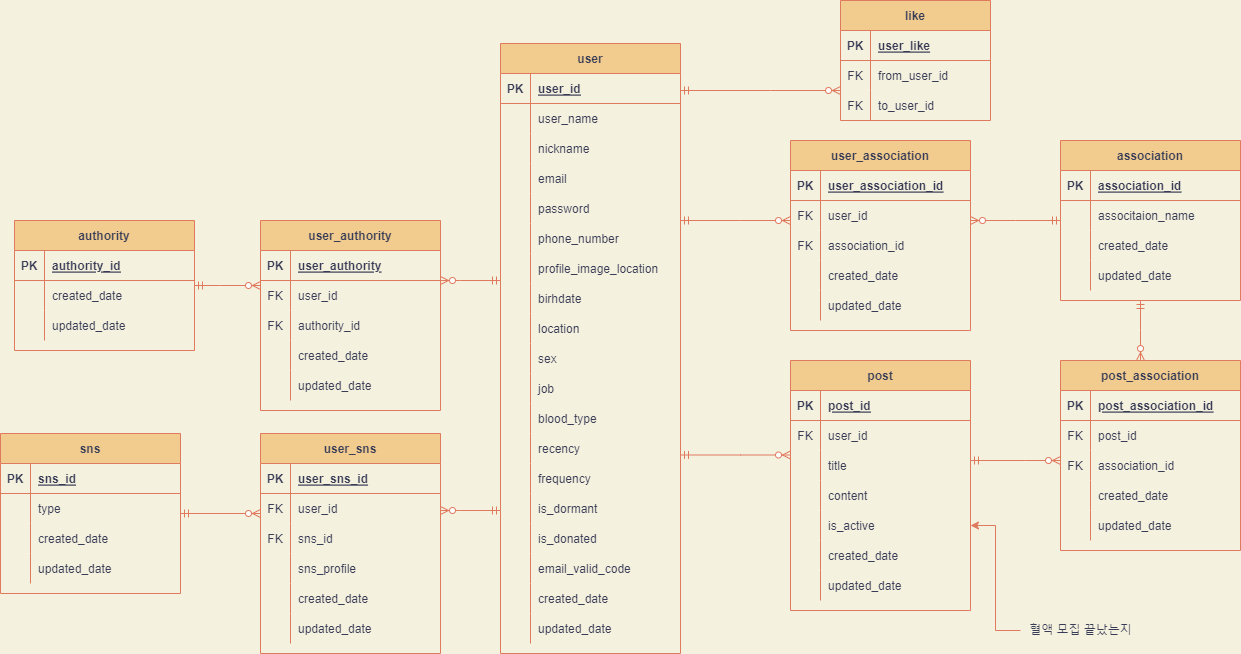
The draw.io diagram Untitled Diagram.drawio.png in CYC0227/lab, before a commit. Source tidied: cells renumbered, new cells last; positions are measured from the earlier drawing's top-left corner, leaving out a move shared by most shapes.
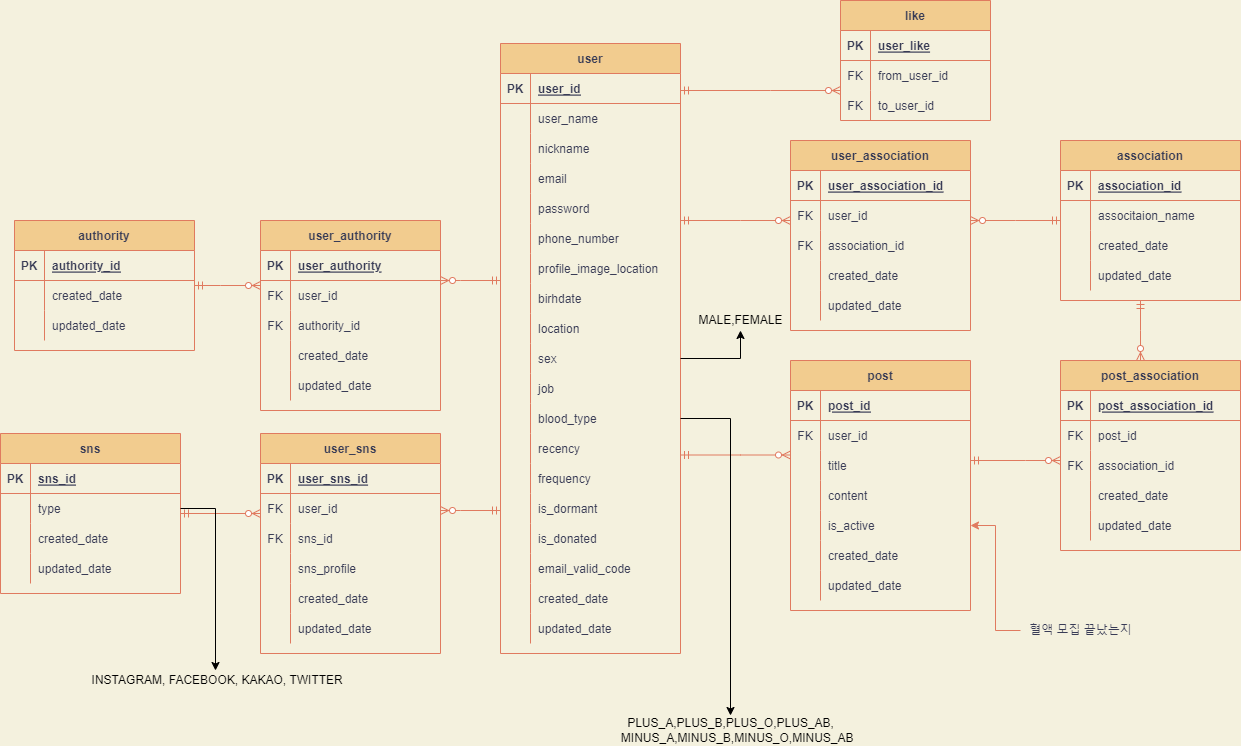
Above is the later version.

The edit, as a diff of the source:
```diff
@@ -674,5 +674,23 @@
     <mxCell id="206" value="to_user_id" style="shape=partialRectangle;fillColor=none;top=0;left=0;bottom=0;right=0;align=left;spacingLeft=6;overflow=hidden;strokeColor=#E07A5F;fontColor=#393C56;" parent="204" vertex="1">
       <mxGeometry x="30" width="120" height="30" as="geometry" />
     </mxCell>
+    <mxCell id="207" style="edgeStyle=orthogonalEdgeStyle;rounded=0;jettySize=auto;html=1;" parent="1" edge="1" source="30" target="208">
+      <mxGeometry relative="1" as="geometry" />
+    </mxCell>
+    <mxCell id="208" value="MALE,FEMALE&lt;br&gt;" style="text;html=1;align=center;verticalAlign=middle;points=[];strokeColor=none;fillColor=none;" parent="1" vertex="1">
+      <mxGeometry x="690" y="310" width="100" height="20" as="geometry" />
+    </mxCell>
+    <mxCell id="209" style="edgeStyle=orthogonalEdgeStyle;rounded=0;jettySize=auto;html=1;" parent="1" edge="1" source="36" target="210">
+      <mxGeometry relative="1" as="geometry" />
+    </mxCell>
+    <mxCell id="210" value="&lt;div&gt;PLUS_A,PLUS_B,PLUS_O,PLUS_AB,&lt;/div&gt;&lt;div&gt;&amp;nbsp; &amp;nbsp; MINUS_A,MINUS_B,MINUS_O,MINUS_AB&lt;/div&gt;" style="text;html=1;align=center;verticalAlign=middle;points=[];strokeColor=none;fillColor=none;" parent="1" vertex="1">
+      <mxGeometry x="600" y="715" width="260" height="30" as="geometry" />
+    </mxCell>
+    <mxCell id="211" style="edgeStyle=orthogonalEdgeStyle;rounded=0;jettySize=auto;html=1;" parent="1" edge="1" source="166" target="212">
+      <mxGeometry relative="1" as="geometry" />
+    </mxCell>
+    <mxCell id="212" value="&amp;nbsp;INSTAGRAM, FACEBOOK, KAKAO, TWITTER" style="text;html=1;align=center;verticalAlign=middle;points=[];strokeColor=none;fillColor=none;" parent="1" vertex="1">
+      <mxGeometry x="80" y="670" width="270" height="20" as="geometry" />
+    </mxCell>
   </root>
 </mxGraphModel>
```
